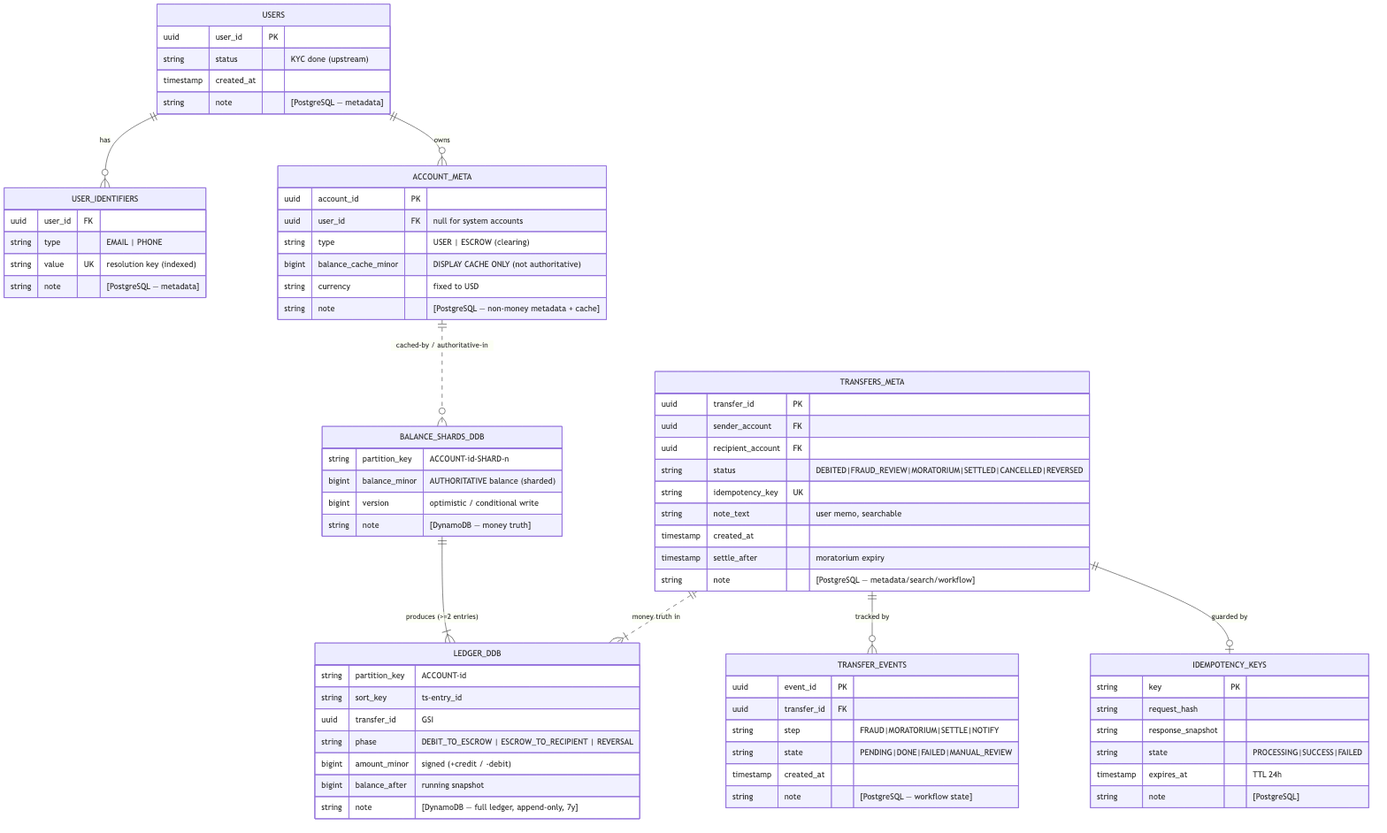
This is 1-p2p-transaction/database-schema.png from masayukitanaka/system-designs, a Mermaid export, as it was before one commit. Its source is kept beside it as 1-p2p-transaction/diagrams/database-schema.mmd.
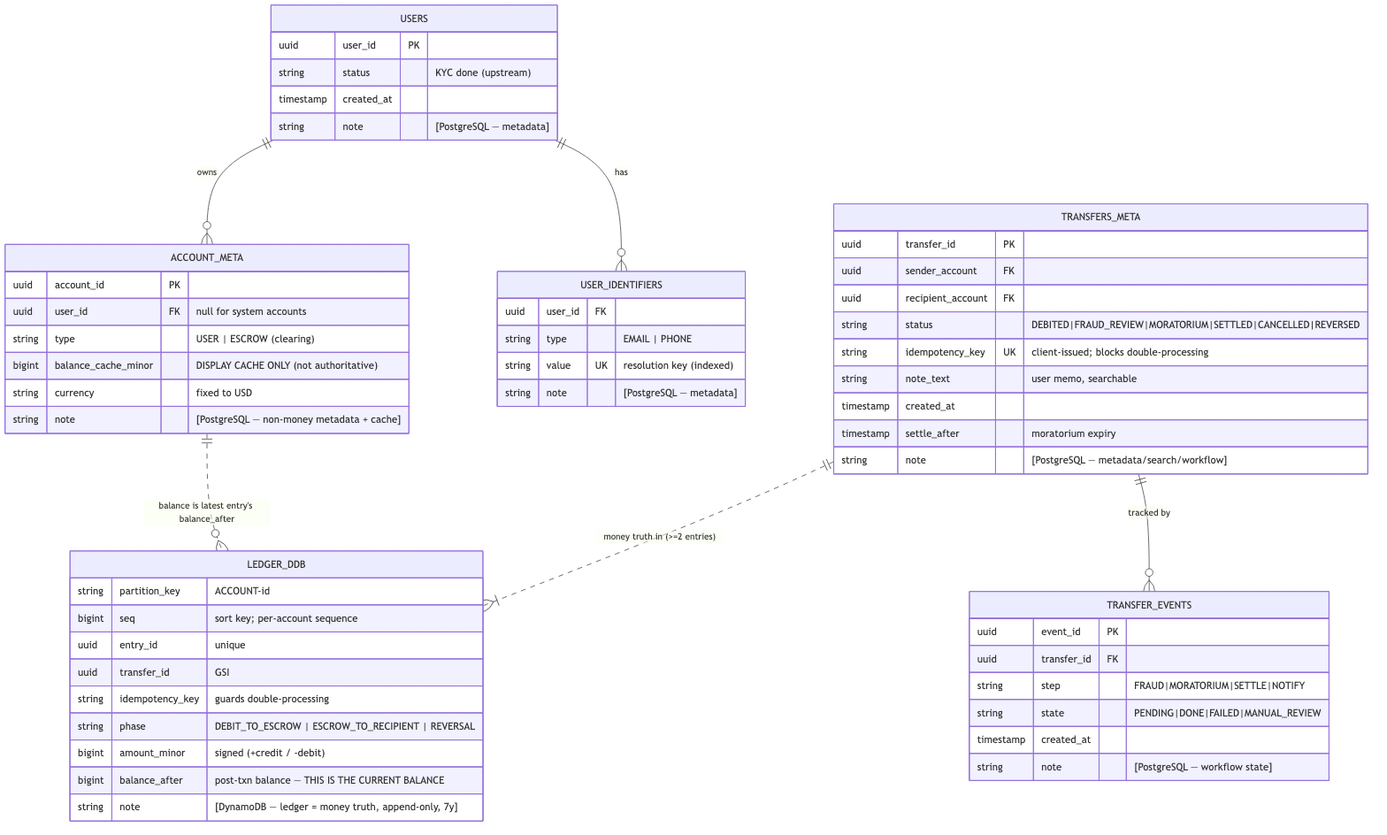
The same file after the commit.

Change to the diagram source:
```diff
@@ -1,11 +1,9 @@
 erDiagram
     USERS ||--o{ ACCOUNT_META : "owns"
     USERS ||--o{ USER_IDENTIFIERS : "has"
-    ACCOUNT_META ||..o{ BALANCE_SHARDS_DDB : "キャッシュ / 正はDDB"
-    TRANSFERS_META ||--o| IDEMPOTENCY_KEYS : "guarded by"
+    ACCOUNT_META ||..o{ LEDGER_DDB : "残高は最新エントリのbalance_after"
     TRANSFERS_META ||--o{ TRANSFER_EVENTS : "tracked by"
-    TRANSFERS_META ||..|{ LEDGER_DDB : "金額の真実はDDB"
-    BALANCE_SHARDS_DDB ||--|{ LEDGER_DDB : "produces (>=2 entries)"
+    TRANSFERS_META ||..|{ LEDGER_DDB : "金額の真実 (>=2 entries)"
 
     USERS {
         uuid user_id PK
@@ -35,7 +33,7 @@
         uuid sender_account FK
         uuid recipient_account FK
         string status "DEBITED|FRAUD_REVIEW|MORATORIUM|SETTLED|CANCELLED|REVERSED"
-        string idempotency_key UK
+        string idempotency_key UK "クライアント発行; 二重処理を防止"
         string note_text "ユーザーメモ, 検索可"
         timestamp created_at
         timestamp settle_after "モラトリアム満了"
@@ -51,28 +49,14 @@
         string note "[PostgreSQL — ワークフロー状態]"
     }
 
-    IDEMPOTENCY_KEYS {
-        string key PK
-        string request_hash
-        string response_snapshot
-        string state "PROCESSING|SUCCESS|FAILED"
-        timestamp expires_at "TTL 24h"
-        string note "[PostgreSQL]"
-    }
-
-    BALANCE_SHARDS_DDB {
-        string partition_key "ACCOUNT-id-SHARD-n"
-        bigint balance_minor "正の残高 (シャード化)"
-        bigint version "楽観 / 条件付き書込"
-        string note "[DynamoDB — 金額の真実]"
-    }
-
     LEDGER_DDB {
         string partition_key "ACCOUNT-id"
-        string sort_key "ts-entry_id"
+        bigint seq "ソートキー; 勘定ごとの連番"
+        uuid entry_id "ユニーク"
         uuid transfer_id "GSI"
+        string idempotency_key "二重処理ガード"
         string phase "DEBIT_TO_ESCROW | ESCROW_TO_RECIPIENT | REVERSAL"
         bigint amount_minor "符号付 (+credit / -debit)"
-        bigint balance_after "実行時スナップショット"
-        string note "[DynamoDB — 全台帳, 追記専用, 7年]"
+        bigint balance_after "処理後残高 — これが現在残高"
+        string note "[DynamoDB — 台帳=金額の真実, 追記専用, 7年]"
     }
```
